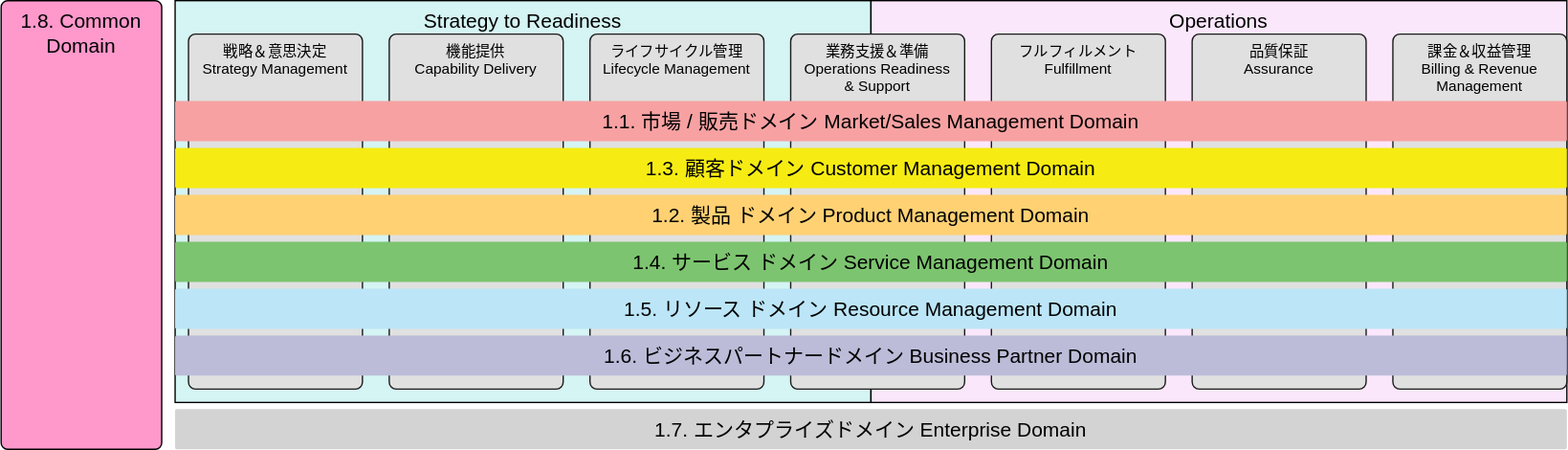
nojaja/FrameworxDiagramViewer keeps this draw.io diagram as src/assets/eTOM_Overview_ja.drawio.svg. Above is the earlier version. Source tidied: cells renumbered, new cells last; positions are measured from the earlier drawing's top-left corner, leaving out a move shared by most shapes. The source it was exported from:
```xml
<mxGraphModel>
  <root>
    <mxCell id="0" />
    <mxCell id="1" parent="0" />
    <mxCell id="2" value="&lt;font color=&quot;#000000&quot; style=&quot;font-size: 15px&quot;&gt;1.8. Common &lt;br&gt;Domain&lt;/font&gt;" style="rounded=1;whiteSpace=wrap;html=1;arcSize=4;verticalAlign=top;fillColor=#FF99CC;fontSize=15;" parent="1" vertex="1">
      <mxGeometry width="120" height="335" as="geometry" />
    </mxCell>
    <mxCell id="3" value="&lt;font color=&quot;#000000&quot; style=&quot;font-size: 15px;&quot;&gt;Strategy to Readiness&lt;/font&gt;" style="rounded=1;whiteSpace=wrap;html=1;arcSize=0;verticalAlign=top;fontSize=15;fillColor=#D5F4F4;" parent="1" vertex="1">
      <mxGeometry x="130" width="520" height="300" as="geometry" />
    </mxCell>
    <mxCell id="4" value="&lt;font color=&quot;#000000&quot; style=&quot;font-size: 15px;&quot;&gt;Operations&lt;/font&gt;" style="rounded=1;whiteSpace=wrap;html=1;arcSize=0;fontSize=15;verticalAlign=top;fillColor=#FBE7FB;" parent="1" vertex="1">
      <mxGeometry x="650" width="520" height="300" as="geometry" />
    </mxCell>
    <mxCell id="5" value="&lt;div&gt;ライフサイクル管理&lt;/div&gt;&lt;div&gt;&lt;div&gt;Lifecycle Management&lt;/div&gt;&lt;/div&gt;" style="rounded=1;whiteSpace=wrap;html=1;arcSize=4;verticalAlign=top;fontSize=11;fillColor=#E0E0E0;fontColor=#000000;strokeColor=#1A1A1A;" parent="1" vertex="1">
      <mxGeometry x="440" y="25" width="130" height="265" as="geometry" />
    </mxCell>
    <mxCell id="6" value="&lt;div&gt;業務支援＆準備&lt;/div&gt;&lt;div&gt;&lt;div&gt;Operations Readiness&amp;nbsp;&lt;/div&gt;&lt;div&gt;&amp;amp; Support&lt;/div&gt;&lt;/div&gt;" style="rounded=1;whiteSpace=wrap;html=1;arcSize=4;verticalAlign=top;fontSize=11;fillColor=#E0E0E0;fontColor=#000000;strokeColor=#1A1A1A;" parent="1" vertex="1">
      <mxGeometry x="590" y="25" width="130" height="265" as="geometry" />
    </mxCell>
    <mxCell id="7" value="フルフィルメント&lt;br&gt;Fulfillment" style="rounded=1;whiteSpace=wrap;html=1;arcSize=4;verticalAlign=top;fontSize=11;fillColor=#E0E0E0;fontColor=#000000;strokeColor=#1A1A1A;" parent="1" vertex="1">
      <mxGeometry x="740" y="25" width="130" height="265" as="geometry" />
    </mxCell>
    <mxCell id="8" value="&lt;div&gt;品質保証&lt;/div&gt;&lt;div&gt;Assurance&lt;br&gt;&lt;/div&gt;" style="rounded=1;whiteSpace=wrap;html=1;arcSize=4;verticalAlign=top;fontSize=11;fillColor=#E0E0E0;fontColor=#000000;strokeColor=#1A1A1A;" parent="1" vertex="1">
      <mxGeometry x="890" y="25" width="130" height="265" as="geometry" />
    </mxCell>
    <mxCell id="9" value="課金＆収益管理&lt;br&gt;Billing &amp;amp; Revenue Management" style="rounded=1;whiteSpace=wrap;html=1;arcSize=4;verticalAlign=top;fontSize=11;fillColor=#E0E0E0;fontColor=#000000;strokeColor=#1A1A1A;" parent="1" vertex="1">
      <mxGeometry x="1040" y="25" width="130" height="265" as="geometry" />
    </mxCell>
    <mxCell id="10" value="1.7. エンタプライズドメイン&amp;nbsp;&lt;span&gt;Enterprise Domain&lt;br&gt;&lt;/span&gt;" style="rounded=1;whiteSpace=wrap;html=1;arcSize=4;verticalAlign=middle;fontSize=15;fontColor=#000000;strokeColor=none;fillColor=#D3D3D3;" parent="1" vertex="1">
      <mxGeometry x="130" y="305" width="1040" height="30" as="geometry" />
    </mxCell>
    <mxCell id="11" value="機能提供&lt;br&gt;&lt;div&gt;Capability Delivery&lt;/div&gt;" style="rounded=1;whiteSpace=wrap;html=1;arcSize=4;verticalAlign=top;fontSize=11;fillColor=#E0E0E0;fontColor=#000000;strokeColor=#1A1A1A;" parent="1" vertex="1">
      <mxGeometry x="290" y="25" width="130" height="265" as="geometry" />
    </mxCell>
    <mxCell id="12" value="戦略＆意思決定&lt;br&gt;&lt;div&gt;Strategy Management&lt;/div&gt;" style="rounded=1;whiteSpace=wrap;html=1;arcSize=4;verticalAlign=top;fontSize=11;fillColor=#E0E0E0;fontColor=#000000;strokeColor=#1A1A1A;" parent="1" vertex="1">
      <mxGeometry x="140" y="25" width="130" height="265" as="geometry" />
    </mxCell>
    <mxCell id="13" value="1.1. 市場 / 販売ドメイン&amp;nbsp;&lt;span&gt;Market/Sales Management Domain&lt;br&gt;&lt;/span&gt;" style="rounded=1;whiteSpace=wrap;html=1;arcSize=4;verticalAlign=middle;fontSize=15;fontColor=#000000;strokeColor=none;fillColor=#F7A1A2;" parent="1" vertex="1">
      <mxGeometry x="130" y="75" width="1040" height="30" as="geometry" />
    </mxCell>
    <mxCell id="14" value="1.3. 顧客ドメイン&amp;nbsp;&lt;span&gt;Customer Management Domain&lt;br&gt;&lt;/span&gt;" style="rounded=1;whiteSpace=wrap;html=1;arcSize=4;verticalAlign=middle;fontSize=15;fontColor=#000000;strokeColor=none;fillColor=#F6EC13;" parent="1" vertex="1">
      <mxGeometry x="130" y="110" width="1040" height="30" as="geometry" />
    </mxCell>
    <mxCell id="15" value="1.2. 製品&lt;span style=&quot;color: rgba(0 , 0 , 0 , 0) ; font-family: monospace ; font-size: 0px&quot;&gt;%3CmxGraphModel%3E%3Croot%3E%3CmxCell%20id%3D%220%22%2F%3E%3CmxCell%20id%3D%221%22%20parent%3D%220%22%2F%3E%3CmxCell%20id%3D%222%22%20value%3D%22%E9%A1%A7%E5%AE%A2%26lt%3Bbr%26gt%3B%E3%83%89%E3%83%A1%E3%82%A4%E3%83%B3%22%20style%3D%22rounded%3D1%3BwhiteSpace%3Dwrap%3Bhtml%3D1%3BarcSize%3D4%3BverticalAlign%3Dmiddle%3BfontSize%3D15%3BfontColor%3D%23000000%3BstrokeColor%3Dnone%3BfillColor%3D%23F7A1A2%3B%22%20vertex%3D%221%22%20parent%3D%221%22%3E%3CmxGeometry%20x%3D%22130%22%20y%3D%22170%22%20width%3D%221030%22%20height%3D%2260%22%20as%3D%22geometry%22%2F%3E%3C%2FmxCell%3E%3C%2Froot%3E%3C%2FmxGraphModel%3E&lt;/span&gt;ドメイン&amp;nbsp;&lt;span&gt;Product Management Domain&lt;br&gt;&lt;/span&gt;" style="rounded=1;whiteSpace=wrap;html=1;arcSize=4;verticalAlign=middle;fontSize=15;fontColor=#000000;strokeColor=none;fillColor=#FFD173;" parent="1" vertex="1">
      <mxGeometry x="130" y="145" width="1040" height="30" as="geometry" />
    </mxCell>
    <mxCell id="16" value="1.4. サービス&lt;span style=&quot;color: rgba(0 , 0 , 0 , 0) ; font-family: monospace ; font-size: 0px&quot;&gt;%3CmxGraphModel%3E%3Croot%3E%3CmxCell%20id%3D%220%22%2F%3E%3CmxCell%20id%3D%221%22%20parent%3D%220%22%2F%3E%3CmxCell%20id%3D%222%22%20value%3D%22%E9%A1%A7%E5%AE%A2%26lt%3Bbr%26gt%3B%E3%83%89%E3%83%A1%E3%82%A4%E3%83%B3%22%20style%3D%22rounded%3D1%3BwhiteSpace%3Dwrap%3Bhtml%3D1%3BarcSize%3D4%3BverticalAlign%3Dmiddle%3BfontSize%3D15%3BfontColor%3D%23000000%3BstrokeColor%3Dnone%3BfillColor%3D%23F7A1A2%3B%22%20vertex%3D%221%22%20parent%3D%221%22%3E%3CmxGeometry%20x%3D%22130%22%20y%3D%22170%22%20width%3D%221030%22%20height%3D%2260%22%20as%3D%22geometry%22%2F%3E%3C%2FmxCell%3E%3C%2Froot%3E%3C%2FmxGraphModel%3E&lt;/span&gt;ドメイン&amp;nbsp;&lt;span&gt;Service Management Domain&lt;br&gt;&lt;/span&gt;" style="rounded=1;whiteSpace=wrap;html=1;arcSize=4;verticalAlign=middle;fontSize=15;fontColor=#000000;strokeColor=none;fillColor=#7DC470;" parent="1" vertex="1">
      <mxGeometry x="130" y="180" width="1040" height="30" as="geometry" />
    </mxCell>
    <mxCell id="17" value="1.5. リソース&lt;span style=&quot;color: rgba(0 , 0 , 0 , 0) ; font-family: monospace ; font-size: 0px&quot;&gt;%3CmxGraphModel%3E%3Croot%3E%3CmxCell%20id%3D%220%22%2F%3E%3CmxCell%20id%3D%221%22%20parent%3D%220%22%2F%3E%3CmxCell%20id%3D%222%22%20value%3D%22%E9%A1%A7%E5%AE%A2%26lt%3Bbr%26gt%3B%E3%83%89%E3%83%A1%E3%82%A4%E3%83%B3%22%20style%3D%22rounded%3D1%3BwhiteSpace%3Dwrap%3Bhtml%3D1%3BarcSize%3D4%3BverticalAlign%3Dmiddle%3BfontSize%3D15%3BfontColor%3D%23000000%3BstrokeColor%3Dnone%3BfillColor%3D%23F7A1A2%3B%22%20vertex%3D%221%22%20parent%3D%221%22%3E%3CmxGeometry%20x%3D%22130%22%20y%3D%22170%22%20width%3D%221030%22%20height%3D%2260%22%20as%3D%22geometry%22%2F%3E%3C%2FmxCell%3E%3C%2Froot%3E%3C%2FmxGraphModel%3E&lt;/span&gt;ドメイン&amp;nbsp;&lt;span&gt;Resource Management Domain&lt;br&gt;&lt;/span&gt;" style="rounded=1;whiteSpace=wrap;html=1;arcSize=4;verticalAlign=middle;fontSize=15;fontColor=#000000;strokeColor=none;fillColor=#BCE6F7;" parent="1" vertex="1">
      <mxGeometry x="130" y="215" width="1040" height="30" as="geometry" />
    </mxCell>
    <mxCell id="18" value="1.6. ビジネスパートナードメイン&amp;nbsp;&lt;span&gt;Business Partner Domain&lt;br&gt;&lt;/span&gt;" style="rounded=1;whiteSpace=wrap;html=1;arcSize=4;verticalAlign=middle;fontSize=15;fontColor=#000000;strokeColor=none;fillColor=#BCBCD9;" parent="1" vertex="1">
      <mxGeometry x="130" y="250" width="1040" height="30" as="geometry" />
    </mxCell>
  </root>
</mxGraphModel>
```
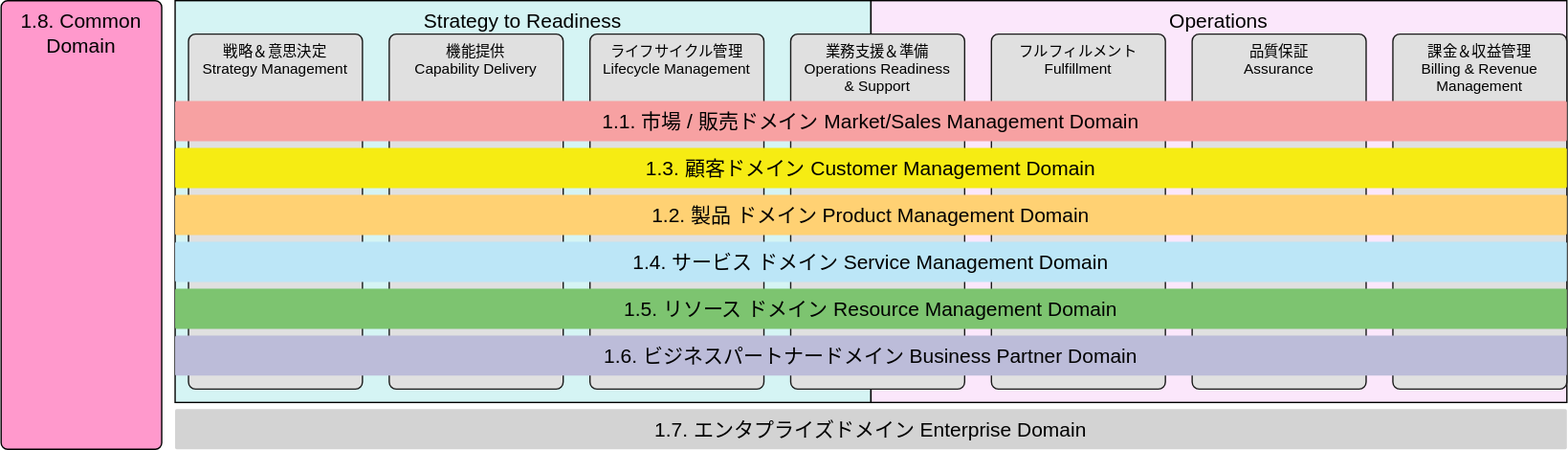
The same file after the commit.

Change to the diagram source:
```diff
@@ -44,10 +44,10 @@
     <mxCell id="15" value="1.2. 製品&lt;span style=&quot;color: rgba(0 , 0 , 0 , 0) ; font-family: monospace ; font-size: 0px&quot;&gt;%3CmxGraphModel%3E%3Croot%3E%3CmxCell%20id%3D%220%22%2F%3E%3CmxCell%20id%3D%221%22%20parent%3D%220%22%2F%3E%3CmxCell%20id%3D%222%22%20value%3D%22%E9%A1%A7%E5%AE%A2%26lt%3Bbr%26gt%3B%E3%83%89%E3%83%A1%E3%82%A4%E3%83%B3%22%20style%3D%22rounded%3D1%3BwhiteSpace%3Dwrap%3Bhtml%3D1%3BarcSize%3D4%3BverticalAlign%3Dmiddle%3BfontSize%3D15%3BfontColor%3D%23000000%3BstrokeColor%3Dnone%3BfillColor%3D%23F7A1A2%3B%22%20vertex%3D%221%22%20parent%3D%221%22%3E%3CmxGeometry%20x%3D%22130%22%20y%3D%22170%22%20width%3D%221030%22%20height%3D%2260%22%20as%3D%22geometry%22%2F%3E%3C%2FmxCell%3E%3C%2Froot%3E%3C%2FmxGraphModel%3E&lt;/span&gt;ドメイン&amp;nbsp;&lt;span&gt;Product Management Domain&lt;br&gt;&lt;/span&gt;" style="rounded=1;whiteSpace=wrap;html=1;arcSize=4;verticalAlign=middle;fontSize=15;fontColor=#000000;strokeColor=none;fillColor=#FFD173;" parent="1" vertex="1">
       <mxGeometry x="130" y="145" width="1040" height="30" as="geometry" />
     </mxCell>
-    <mxCell id="16" value="1.4. サービス&lt;span style=&quot;color: rgba(0 , 0 , 0 , 0) ; font-family: monospace ; font-size: 0px&quot;&gt;%3CmxGraphModel%3E%3Croot%3E%3CmxCell%20id%3D%220%22%2F%3E%3CmxCell%20id%3D%221%22%20parent%3D%220%22%2F%3E%3CmxCell%20id%3D%222%22%20value%3D%22%E9%A1%A7%E5%AE%A2%26lt%3Bbr%26gt%3B%E3%83%89%E3%83%A1%E3%82%A4%E3%83%B3%22%20style%3D%22rounded%3D1%3BwhiteSpace%3Dwrap%3Bhtml%3D1%3BarcSize%3D4%3BverticalAlign%3Dmiddle%3BfontSize%3D15%3BfontColor%3D%23000000%3BstrokeColor%3Dnone%3BfillColor%3D%23F7A1A2%3B%22%20vertex%3D%221%22%20parent%3D%221%22%3E%3CmxGeometry%20x%3D%22130%22%20y%3D%22170%22%20width%3D%221030%22%20height%3D%2260%22%20as%3D%22geometry%22%2F%3E%3C%2FmxCell%3E%3C%2Froot%3E%3C%2FmxGraphModel%3E&lt;/span&gt;ドメイン&amp;nbsp;&lt;span&gt;Service Management Domain&lt;br&gt;&lt;/span&gt;" style="rounded=1;whiteSpace=wrap;html=1;arcSize=4;verticalAlign=middle;fontSize=15;fontColor=#000000;strokeColor=none;fillColor=#7DC470;" parent="1" vertex="1">
+    <mxCell id="16" value="1.4. サービス&lt;span style=&quot;color: rgba(0 , 0 , 0 , 0) ; font-family: monospace ; font-size: 0px&quot;&gt;%3CmxGraphModel%3E%3Croot%3E%3CmxCell%20id%3D%220%22%2F%3E%3CmxCell%20id%3D%221%22%20parent%3D%220%22%2F%3E%3CmxCell%20id%3D%222%22%20value%3D%22%E9%A1%A7%E5%AE%A2%26lt%3Bbr%26gt%3B%E3%83%89%E3%83%A1%E3%82%A4%E3%83%B3%22%20style%3D%22rounded%3D1%3BwhiteSpace%3Dwrap%3Bhtml%3D1%3BarcSize%3D4%3BverticalAlign%3Dmiddle%3BfontSize%3D15%3BfontColor%3D%23000000%3BstrokeColor%3Dnone%3BfillColor%3D%23F7A1A2%3B%22%20vertex%3D%221%22%20parent%3D%221%22%3E%3CmxGeometry%20x%3D%22130%22%20y%3D%22170%22%20width%3D%221030%22%20height%3D%2260%22%20as%3D%22geometry%22%2F%3E%3C%2FmxCell%3E%3C%2Froot%3E%3C%2FmxGraphModel%3E&lt;/span&gt;ドメイン&amp;nbsp;&lt;span&gt;Service Management Domain&lt;br&gt;&lt;/span&gt;" style="rounded=1;whiteSpace=wrap;html=1;arcSize=4;verticalAlign=middle;fontSize=15;fontColor=#000000;strokeColor=none;fillColor=#BCE6F7;" parent="1" vertex="1">
       <mxGeometry x="130" y="180" width="1040" height="30" as="geometry" />
     </mxCell>
-    <mxCell id="17" value="1.5. リソース&lt;span style=&quot;color: rgba(0 , 0 , 0 , 0) ; font-family: monospace ; font-size: 0px&quot;&gt;%3CmxGraphModel%3E%3Croot%3E%3CmxCell%20id%3D%220%22%2F%3E%3CmxCell%20id%3D%221%22%20parent%3D%220%22%2F%3E%3CmxCell%20id%3D%222%22%20value%3D%22%E9%A1%A7%E5%AE%A2%26lt%3Bbr%26gt%3B%E3%83%89%E3%83%A1%E3%82%A4%E3%83%B3%22%20style%3D%22rounded%3D1%3BwhiteSpace%3Dwrap%3Bhtml%3D1%3BarcSize%3D4%3BverticalAlign%3Dmiddle%3BfontSize%3D15%3BfontColor%3D%23000000%3BstrokeColor%3Dnone%3BfillColor%3D%23F7A1A2%3B%22%20vertex%3D%221%22%20parent%3D%221%22%3E%3CmxGeometry%20x%3D%22130%22%20y%3D%22170%22%20width%3D%221030%22%20height%3D%2260%22%20as%3D%22geometry%22%2F%3E%3C%2FmxCell%3E%3C%2Froot%3E%3C%2FmxGraphModel%3E&lt;/span&gt;ドメイン&amp;nbsp;&lt;span&gt;Resource Management Domain&lt;br&gt;&lt;/span&gt;" style="rounded=1;whiteSpace=wrap;html=1;arcSize=4;verticalAlign=middle;fontSize=15;fontColor=#000000;strokeColor=none;fillColor=#BCE6F7;" parent="1" vertex="1">
+    <mxCell id="17" value="1.5. リソース&lt;span style=&quot;color: rgba(0 , 0 , 0 , 0) ; font-family: monospace ; font-size: 0px&quot;&gt;%3CmxGraphModel%3E%3Croot%3E%3CmxCell%20id%3D%220%22%2F%3E%3CmxCell%20id%3D%221%22%20parent%3D%220%22%2F%3E%3CmxCell%20id%3D%222%22%20value%3D%22%E9%A1%A7%E5%AE%A2%26lt%3Bbr%26gt%3B%E3%83%89%E3%83%A1%E3%82%A4%E3%83%B3%22%20style%3D%22rounded%3D1%3BwhiteSpace%3Dwrap%3Bhtml%3D1%3BarcSize%3D4%3BverticalAlign%3Dmiddle%3BfontSize%3D15%3BfontColor%3D%23000000%3BstrokeColor%3Dnone%3BfillColor%3D%23F7A1A2%3B%22%20vertex%3D%221%22%20parent%3D%221%22%3E%3CmxGeometry%20x%3D%22130%22%20y%3D%22170%22%20width%3D%221030%22%20height%3D%2260%22%20as%3D%22geometry%22%2F%3E%3C%2FmxCell%3E%3C%2Froot%3E%3C%2FmxGraphModel%3E&lt;/span&gt;ドメイン&amp;nbsp;&lt;span&gt;Resource Management Domain&lt;br&gt;&lt;/span&gt;" style="rounded=1;whiteSpace=wrap;html=1;arcSize=4;verticalAlign=middle;fontSize=15;fontColor=#000000;strokeColor=none;fillColor=#7DC470;" parent="1" vertex="1">
       <mxGeometry x="130" y="215" width="1040" height="30" as="geometry" />
     </mxCell>
     <mxCell id="18" value="1.6. ビジネスパートナードメイン&amp;nbsp;&lt;span&gt;Business Partner Domain&lt;br&gt;&lt;/span&gt;" style="rounded=1;whiteSpace=wrap;html=1;arcSize=4;verticalAlign=middle;fontSize=15;fontColor=#000000;strokeColor=none;fillColor=#BCBCD9;" parent="1" vertex="1">
```
